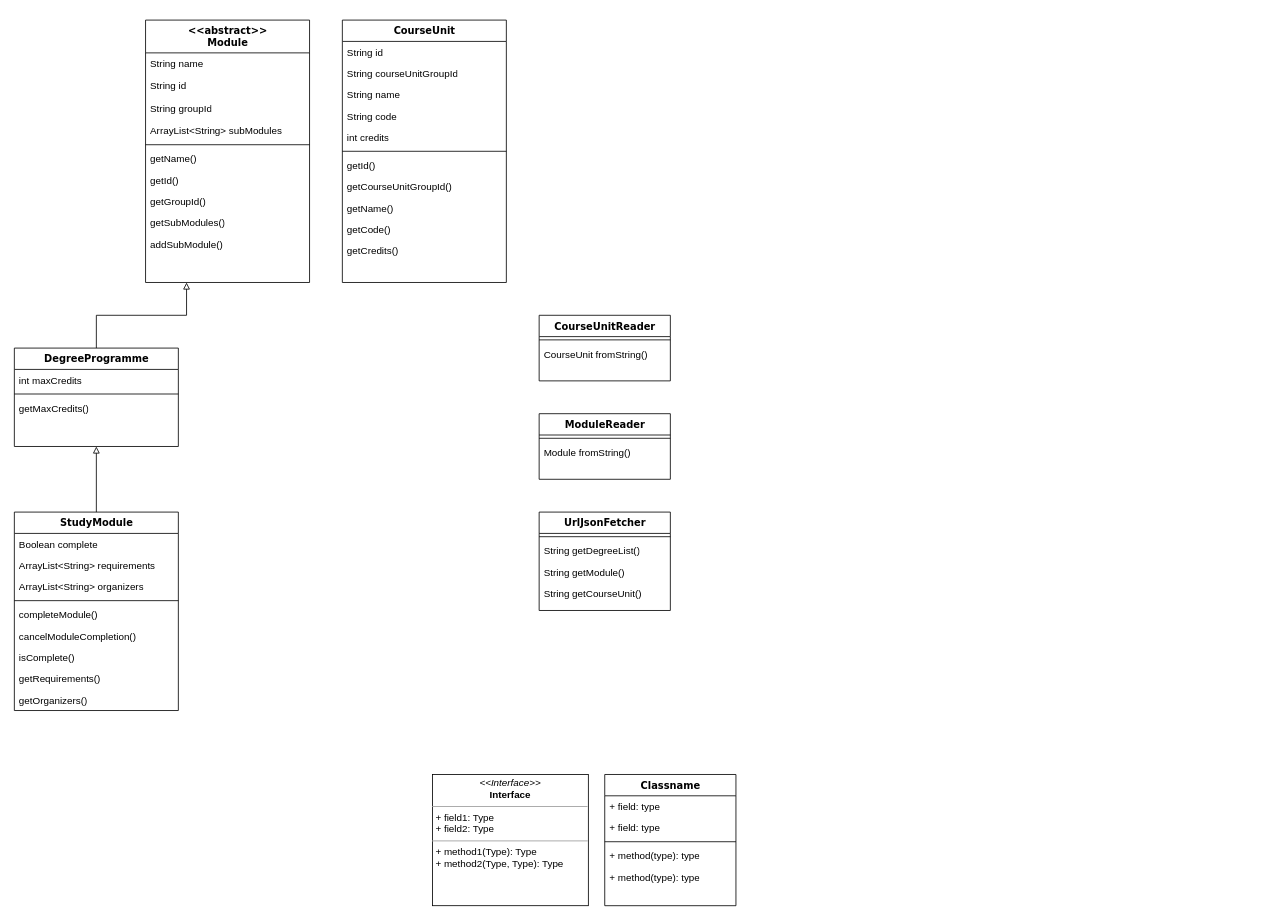
Above: ClassDiagram.drawio in hasub0b/BetterSisu (draw.io), before the change. Source tidied: cells renumbered, new cells numbered last; positions are measured from the earlier drawing's top-left corner, leaving out a move shared by most shapes. Both pictures are drawn from the tidied source at 82%, with x=0, y=0 at pixel (14, 20).
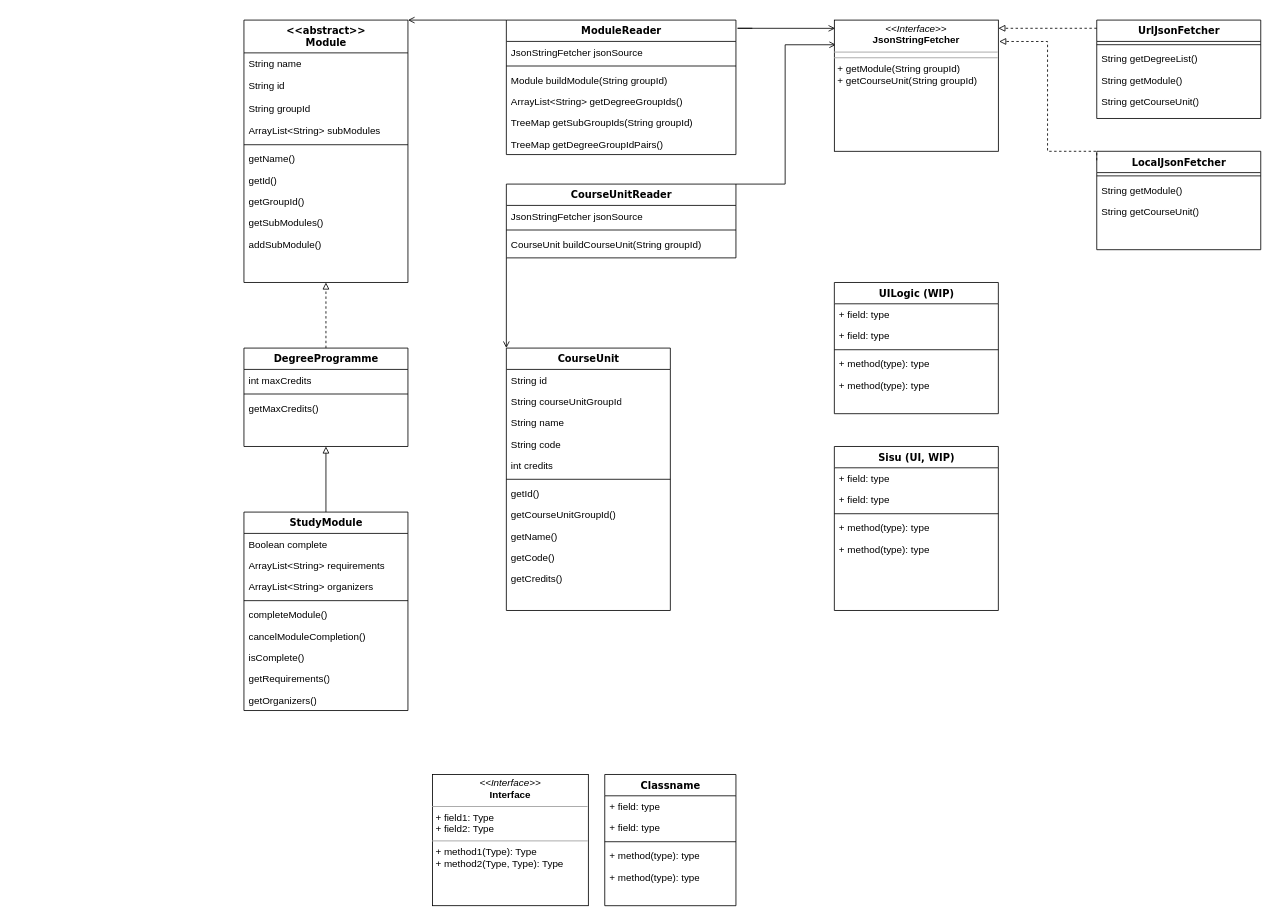
The same page after the edit.

Commit message:
update class diagram with changes to readers

What changed in the source:
```diff
@@
     <mxCell id="9" value="&lt;div&gt;&amp;lt;&amp;lt;abstract&amp;gt;&amp;gt;&lt;br&gt;&lt;/div&gt;&lt;div&gt;Module&lt;/div&gt;" style="swimlane;html=1;fontStyle=1;align=center;verticalAlign=top;horizontal=1;startSize=40;swimlaneFillColor=#ffffff;rounded=0;shadow=0;comic=0;labelBackgroundColor=none;strokeWidth=1;fillColor=none;fontFamily=Verdana;fontSize=12;" parent="1" vertex="1">
-      <mxGeometry x="160" width="200" height="320" as="geometry" />
+      <mxGeometry x="280" width="200" height="320" as="geometry" />
     </mxCell>
@@
-    <mxCell id="20" style="edgeStyle=orthogonalEdgeStyle;rounded=0;jettySize=auto;html=1;entryX=0.25;entryY=1;entryDx=0;entryDy=0;startArrow=none;startFill=0;endArrow=block;endFill=0;exitX=0.5;exitY=0;exitDx=0;exitDy=0;" parent="1" edge="1" source="21" target="9">
-      <mxGeometry relative="1" as="geometry">
-        <Array as="points">
-          <mxPoint x="100" y="360" />
-          <mxPoint x="210" y="360" />
-        </Array>
-      </mxGeometry>
+    <mxCell id="20" style="edgeStyle=orthogonalEdgeStyle;rounded=0;jettySize=auto;html=1;exitX=0.5;exitY=0;exitDx=0;exitDy=0;entryX=0.5;entryY=1;entryDx=0;entryDy=0;endArrow=block;endFill=0;dashed=1;" parent="1" edge="1" source="21" target="9">
+      <mxGeometry relative="1" as="geometry" />
     </mxCell>
     <mxCell id="21" value="DegreeProgramme" style="swimlane;html=1;fontStyle=1;align=center;verticalAlign=top;horizontal=1;startSize=26;swimlaneFillColor=#ffffff;rounded=0;shadow=0;comic=0;labelBackgroundColor=none;strokeWidth=1;fillColor=none;fontFamily=Verdana;fontSize=12;" parent="1" vertex="1">
-      <mxGeometry y="400" width="200" height="120" as="geometry" />
+      <mxGeometry x="280" y="400" width="200" height="120" as="geometry" />
     </mxCell>
@@
     <mxCell id="26" value="StudyModule" style="swimlane;html=1;fontStyle=1;align=center;verticalAlign=top;horizontal=1;startSize=26;swimlaneFillColor=#ffffff;rounded=0;shadow=0;comic=0;labelBackgroundColor=none;strokeWidth=1;fillColor=none;fontFamily=Verdana;fontSize=12;" parent="1" vertex="1">
-      <mxGeometry y="600" width="200" height="242" as="geometry" />
+      <mxGeometry x="280" y="600" width="200" height="242" as="geometry" />
     </mxCell>
@@
     <mxCell id="36" value="CourseUnit" style="swimlane;html=1;fontStyle=1;align=center;verticalAlign=top;horizontal=1;startSize=26;swimlaneFillColor=#ffffff;rounded=0;shadow=0;comic=0;labelBackgroundColor=none;strokeWidth=1;fillColor=none;fontFamily=Verdana;fontSize=12;" parent="1" vertex="1">
-      <mxGeometry x="400" width="200" height="320" as="geometry" />
+      <mxGeometry x="600" y="400" width="200" height="320" as="geometry" />
     </mxCell>
@@
+    <mxCell id="59" style="edgeStyle=orthogonalEdgeStyle;rounded=0;jettySize=auto;html=1;exitX=1;exitY=0;exitDx=0;exitDy=0;endArrow=open;endFill=0;entryX=0.01;entryY=0.188;entryDx=0;entryDy=0;entryPerimeter=0;" parent="1" edge="1" source="48" target="71">
+      <mxGeometry relative="1" as="geometry">
+        <Array as="points">
+          <mxPoint x="940" y="200" />
+          <mxPoint x="940" y="30" />
+        </Array>
+      </mxGeometry>
+    </mxCell>
+    <mxCell id="60" style="edgeStyle=orthogonalEdgeStyle;rounded=0;jettySize=auto;html=1;exitX=0;exitY=1;exitDx=0;exitDy=0;entryX=0;entryY=0;entryDx=0;entryDy=0;endArrow=open;endFill=0;" parent="1" edge="1" source="48" target="36">
+      <mxGeometry relative="1" as="geometry" />
+    </mxCell>
     <mxCell id="48" value="&lt;div&gt;CourseUnitReader&lt;/div&gt;" style="swimlane;html=1;fontStyle=1;align=center;verticalAlign=top;horizontal=1;startSize=26;swimlaneFillColor=#ffffff;rounded=0;shadow=0;comic=0;labelBackgroundColor=none;strokeWidth=1;fillColor=none;fontFamily=Verdana;fontSize=12;" parent="1" vertex="1">
-      <mxGeometry x="640" y="360" width="160" height="80" as="geometry" />
+      <mxGeometry x="600" y="200" width="280" height="90" as="geometry" />
     </mxCell>
+    <mxCell id="61" value="JsonStringFetcher jsonSource" style="text;html=1;strokeColor=none;fillColor=none;align=left;verticalAlign=top;spacingLeft=4;spacingRight=4;whiteSpace=wrap;overflow=hidden;" parent="48" vertex="1">
+      <mxGeometry y="26" width="280" height="26" as="geometry" />
+    </mxCell>
     <mxCell id="49" style="line;html=1;strokeWidth=1;fillColor=none;align=left;verticalAlign=middle;spacingTop=-1;spacingLeft=3;spacingRight=3;labelPosition=right;" parent="48" vertex="1">
-      <mxGeometry y="26" width="160" height="8" as="geometry" />
+      <mxGeometry y="52" width="280" height="8" as="geometry" />
     </mxCell>
-    <mxCell id="50" value="CourseUnit fromString()" style="text;html=1;strokeColor=none;fillColor=none;align=left;verticalAlign=top;spacingLeft=4;spacingRight=4;whiteSpace=wrap;overflow=hidden;" parent="48" vertex="1">
-      <mxGeometry y="34" width="160" height="26" as="geometry" />
-    </mxCell>
+    <mxCell id="62" value="CourseUnit buildCourseUnit(String groupId)" style="text;html=1;strokeColor=none;fillColor=none;align=left;verticalAlign=top;spacingLeft=4;spacingRight=4;whiteSpace=wrap;overflow=hidden;" parent="48" vertex="1">
+      <mxGeometry y="60" width="280" height="26" as="geometry" />
+    </mxCell>
+    <mxCell id="63" style="edgeStyle=orthogonalEdgeStyle;rounded=0;jettySize=auto;html=1;endArrow=open;endFill=0;entryX=0.005;entryY=0.063;entryDx=0;entryDy=0;entryPerimeter=0;" parent="1" edge="1" target="71">
+      <mxGeometry relative="1" as="geometry">
+        <mxPoint x="900" y="10" as="sourcePoint" />
+        <Array as="points">
+          <mxPoint x="882" y="10" />
+        </Array>
+      </mxGeometry>
+    </mxCell>
+    <mxCell id="64" style="edgeStyle=orthogonalEdgeStyle;rounded=0;jettySize=auto;html=1;exitX=0;exitY=0;exitDx=0;exitDy=0;entryX=1;entryY=0;entryDx=0;entryDy=0;endArrow=open;endFill=0;" parent="1" edge="1" source="51" target="9">
+      <mxGeometry relative="1" as="geometry">
+        <Array as="points">
+          <mxPoint x="540" />
+          <mxPoint x="540" />
+        </Array>
+      </mxGeometry>
+    </mxCell>
     <mxCell id="51" value="&lt;div&gt;ModuleReader&lt;/div&gt;" style="swimlane;html=1;fontStyle=1;align=center;verticalAlign=top;horizontal=1;startSize=26;swimlaneFillColor=#ffffff;rounded=0;shadow=0;comic=0;labelBackgroundColor=none;strokeWidth=1;fillColor=none;fontFamily=Verdana;fontSize=12;" parent="1" vertex="1">
-      <mxGeometry x="640" y="480" width="160" height="80" as="geometry" />
+      <mxGeometry x="600" width="280" height="164" as="geometry" />
     </mxCell>
+    <mxCell id="65" value="JsonStringFetcher jsonSource" style="text;html=1;strokeColor=none;fillColor=none;align=left;verticalAlign=top;spacingLeft=4;spacingRight=4;whiteSpace=wrap;overflow=hidden;" parent="51" vertex="1">
+      <mxGeometry y="26" width="280" height="26" as="geometry" />
+    </mxCell>
     <mxCell id="52" style="line;html=1;strokeWidth=1;fillColor=none;align=left;verticalAlign=middle;spacingTop=-1;spacingLeft=3;spacingRight=3;labelPosition=right;" parent="51" vertex="1">
-      <mxGeometry y="26" width="160" height="8" as="geometry" />
+      <mxGeometry y="52" width="280" height="8" as="geometry" />
     </mxCell>
-    <mxCell id="53" value="Module fromString()" style="text;html=1;strokeColor=none;fillColor=none;align=left;verticalAlign=top;spacingLeft=4;spacingRight=4;whiteSpace=wrap;overflow=hidden;" parent="51" vertex="1">
-      <mxGeometry y="34" width="160" height="26" as="geometry" />
-    </mxCell>
+    <mxCell id="66" value="Module buildModule(String groupId)" style="text;html=1;strokeColor=none;fillColor=none;align=left;verticalAlign=top;spacingLeft=4;spacingRight=4;whiteSpace=wrap;overflow=hidden;" parent="51" vertex="1">
+      <mxGeometry y="60" width="280" height="26" as="geometry" />
+    </mxCell>
+    <mxCell id="67" value="ArrayList&amp;lt;String&amp;gt; getDegreeGroupIds() " style="text;html=1;strokeColor=none;fillColor=none;align=left;verticalAlign=top;spacingLeft=4;spacingRight=4;whiteSpace=wrap;overflow=hidden;" parent="51" vertex="1">
+      <mxGeometry y="86" width="280" height="26" as="geometry" />
+    </mxCell>
+    <mxCell id="68" value="TreeMap getSubGroupIds(String groupId)" style="text;html=1;strokeColor=none;fillColor=none;align=left;verticalAlign=top;spacingLeft=4;spacingRight=4;whiteSpace=wrap;overflow=hidden;" parent="51" vertex="1">
+      <mxGeometry y="112" width="280" height="26" as="geometry" />
+    </mxCell>
+    <mxCell id="69" value="TreeMap getDegreeGroupIdPairs()" style="text;html=1;strokeColor=none;fillColor=none;align=left;verticalAlign=top;spacingLeft=4;spacingRight=4;whiteSpace=wrap;overflow=hidden;" parent="51" vertex="1">
+      <mxGeometry y="138" width="280" height="26" as="geometry" />
+    </mxCell>
+    <mxCell id="70" style="edgeStyle=orthogonalEdgeStyle;rounded=0;jettySize=auto;html=1;exitX=0;exitY=0.092;exitDx=0;exitDy=0;entryX=1.005;entryY=0.163;entryDx=0;entryDy=0;entryPerimeter=0;dashed=1;endArrow=block;endFill=0;exitPerimeter=0;" parent="1" edge="1" source="54" target="71">
+      <mxGeometry relative="1" as="geometry">
+        <Array as="points">
+          <mxPoint x="1320" y="160" />
+          <mxPoint x="1260" y="160" />
+          <mxPoint x="1260" y="26" />
+        </Array>
+      </mxGeometry>
+    </mxCell>
-    <mxCell id="54" value="UrlJsonFetcher" style="swimlane;html=1;fontStyle=1;align=center;verticalAlign=top;horizontal=1;startSize=26;swimlaneFillColor=#ffffff;rounded=0;shadow=0;comic=0;labelBackgroundColor=none;strokeWidth=1;fillColor=none;fontFamily=Verdana;fontSize=12;" parent="1" vertex="1">
-      <mxGeometry x="640" y="600" width="160" height="120" as="geometry" />
+    <mxCell id="54" value="LocalJsonFetcher" style="swimlane;html=1;fontStyle=1;align=center;verticalAlign=top;horizontal=1;startSize=26;swimlaneFillColor=#ffffff;rounded=0;shadow=0;comic=0;labelBackgroundColor=none;strokeWidth=1;fillColor=none;fontFamily=Verdana;fontSize=12;" parent="1" vertex="1">
+      <mxGeometry x="1320" y="160" width="200" height="120" as="geometry" />
     </mxCell>
     <mxCell id="55" style="line;html=1;strokeWidth=1;fillColor=none;align=left;verticalAlign=middle;spacingTop=-1;spacingLeft=3;spacingRight=3;labelPosition=right;" parent="54" vertex="1">
-      <mxGeometry y="26" width="160" height="8" as="geometry" />
+      <mxGeometry y="26" width="200" height="8" as="geometry" />
     </mxCell>
-    <mxCell id="56" value="String getDegreeList()" style="text;html=1;strokeColor=none;fillColor=none;align=left;verticalAlign=top;spacingLeft=4;spacingRight=4;whiteSpace=wrap;overflow=hidden;" parent="54" vertex="1">
-      <mxGeometry y="34" width="160" height="26" as="geometry" />
-    </mxCell>
     <mxCell id="57" value="String getModule()" style="text;html=1;strokeColor=none;fillColor=none;align=left;verticalAlign=top;spacingLeft=4;spacingRight=4;whiteSpace=wrap;overflow=hidden;" parent="54" vertex="1">
-      <mxGeometry y="60" width="160" height="26" as="geometry" />
+      <mxGeometry y="34" width="200" height="26" as="geometry" />
     </mxCell>
     <mxCell id="58" value="String getCourseUnit()" style="text;html=1;strokeColor=none;fillColor=none;align=left;verticalAlign=top;spacingLeft=4;spacingRight=4;whiteSpace=wrap;overflow=hidden;" parent="54" vertex="1">
-      <mxGeometry y="86" width="160" height="26" as="geometry" />
+      <mxGeometry y="60" width="200" height="26" as="geometry" />
     </mxCell>
+    <mxCell id="71" value="&lt;p style=&quot;margin: 0px ; margin-top: 4px ; text-align: center&quot;&gt;&lt;i&gt;&amp;lt;&amp;lt;Interface&amp;gt;&amp;gt;&lt;/i&gt;&lt;br&gt;&lt;b&gt;JsonStringFetcher&lt;/b&gt;&lt;br&gt;&lt;/p&gt;&lt;hr size=&quot;1&quot;&gt;&lt;hr size=&quot;1&quot;&gt;&lt;p style=&quot;margin: 0px ; margin-left: 4px&quot;&gt;+ getModule(String groupId)&lt;br&gt;+ getCourseUnit(String groupId)&lt;br&gt;&lt;/p&gt;" style="verticalAlign=top;align=left;overflow=fill;fontSize=12;fontFamily=Helvetica;html=1;rounded=0;shadow=0;comic=0;labelBackgroundColor=none;strokeWidth=1;" parent="1" vertex="1">
+      <mxGeometry x="1000" width="200" height="160" as="geometry" />
+    </mxCell>
+    <mxCell id="72" style="edgeStyle=orthogonalEdgeStyle;rounded=0;jettySize=auto;html=1;dashed=1;endArrow=block;endFill=0;exitX=0;exitY=0.083;exitDx=0;exitDy=0;exitPerimeter=0;" parent="1" edge="1" source="73" target="71">
+      <mxGeometry relative="1" as="geometry">
+        <Array as="points">
+          <mxPoint x="1290" y="10" />
+          <mxPoint x="1290" y="10" />
+        </Array>
+      </mxGeometry>
+    </mxCell>
+    <mxCell id="73" value="UrlJsonFetcher" style="swimlane;html=1;fontStyle=1;align=center;verticalAlign=top;horizontal=1;startSize=26;swimlaneFillColor=#ffffff;rounded=0;shadow=0;comic=0;labelBackgroundColor=none;strokeWidth=1;fillColor=none;fontFamily=Verdana;fontSize=12;" parent="1" vertex="1">
+      <mxGeometry x="1320" width="200" height="120" as="geometry" />
+    </mxCell>
+    <mxCell id="74" style="line;html=1;strokeWidth=1;fillColor=none;align=left;verticalAlign=middle;spacingTop=-1;spacingLeft=3;spacingRight=3;labelPosition=right;" parent="73" vertex="1">
+      <mxGeometry y="26" width="200" height="8" as="geometry" />
+    </mxCell>
+    <mxCell id="56" value="String getDegreeList()" style="text;html=1;strokeColor=none;fillColor=none;align=left;verticalAlign=top;spacingLeft=4;spacingRight=4;whiteSpace=wrap;overflow=hidden;" parent="73" vertex="1">
+      <mxGeometry y="34" width="200" height="26" as="geometry" />
+    </mxCell>
+    <mxCell id="75" value="String getModule()" style="text;html=1;strokeColor=none;fillColor=none;align=left;verticalAlign=top;spacingLeft=4;spacingRight=4;whiteSpace=wrap;overflow=hidden;" parent="73" vertex="1">
+      <mxGeometry y="60" width="200" height="26" as="geometry" />
+    </mxCell>
+    <mxCell id="76" value="String getCourseUnit()" style="text;html=1;strokeColor=none;fillColor=none;align=left;verticalAlign=top;spacingLeft=4;spacingRight=4;whiteSpace=wrap;overflow=hidden;" parent="73" vertex="1">
+      <mxGeometry y="86" width="200" height="26" as="geometry" />
+    </mxCell>
+    <mxCell id="77" value="Sisu (UI, WIP)" style="swimlane;html=1;fontStyle=1;align=center;verticalAlign=top;horizontal=1;startSize=26;swimlaneFillColor=#ffffff;rounded=0;shadow=0;comic=0;labelBackgroundColor=none;strokeWidth=1;fillColor=none;fontFamily=Verdana;fontSize=12;" parent="1" vertex="1">
+      <mxGeometry x="1000" y="520" width="200" height="200" as="geometry" />
+    </mxCell>
+    <mxCell id="78" value="+ field: type" style="text;html=1;strokeColor=none;fillColor=none;align=left;verticalAlign=top;spacingLeft=4;spacingRight=4;whiteSpace=wrap;overflow=hidden;" parent="77" vertex="1">
+      <mxGeometry y="26" width="200" height="26" as="geometry" />
+    </mxCell>
+    <mxCell id="79" value="+ field: type" style="text;html=1;strokeColor=none;fillColor=none;align=left;verticalAlign=top;spacingLeft=4;spacingRight=4;whiteSpace=wrap;overflow=hidden;" parent="77" vertex="1">
+      <mxGeometry y="52" width="200" height="26" as="geometry" />
+    </mxCell>
+    <mxCell id="80" style="line;html=1;strokeWidth=1;fillColor=none;align=left;verticalAlign=middle;spacingTop=-1;spacingLeft=3;spacingRight=3;labelPosition=right;" parent="77" vertex="1">
+      <mxGeometry y="78" width="200" height="8" as="geometry" />
+    </mxCell>
+    <mxCell id="81" value="+ method(type): type" style="text;html=1;strokeColor=none;fillColor=none;align=left;verticalAlign=top;spacingLeft=4;spacingRight=4;whiteSpace=wrap;overflow=hidden;" parent="77" vertex="1">
+      <mxGeometry y="86" width="200" height="26" as="geometry" />
+    </mxCell>
+    <mxCell id="82" value="+ method(type): type" style="text;html=1;strokeColor=none;fillColor=none;align=left;verticalAlign=top;spacingLeft=4;spacingRight=4;whiteSpace=wrap;overflow=hidden;" parent="77" vertex="1">
+      <mxGeometry y="112" width="200" height="26" as="geometry" />
+    </mxCell>
+    <mxCell id="83" value="UILogic (WIP)" style="swimlane;html=1;fontStyle=1;align=center;verticalAlign=top;horizontal=1;startSize=26;swimlaneFillColor=#ffffff;rounded=0;shadow=0;comic=0;labelBackgroundColor=none;strokeWidth=1;fillColor=none;fontFamily=Verdana;fontSize=12;" parent="1" vertex="1">
+      <mxGeometry x="1000" y="320" width="200" height="160" as="geometry" />
+    </mxCell>
+    <mxCell id="84" value="+ field: type" style="text;html=1;strokeColor=none;fillColor=none;align=left;verticalAlign=top;spacingLeft=4;spacingRight=4;whiteSpace=wrap;overflow=hidden;" parent="83" vertex="1">
+      <mxGeometry y="26" width="200" height="26" as="geometry" />
+    </mxCell>
+    <mxCell id="85" value="+ field: type" style="text;html=1;strokeColor=none;fillColor=none;align=left;verticalAlign=top;spacingLeft=4;spacingRight=4;whiteSpace=wrap;overflow=hidden;" parent="83" vertex="1">
+      <mxGeometry y="52" width="200" height="26" as="geometry" />
+    </mxCell>
+    <mxCell id="86" style="line;html=1;strokeWidth=1;fillColor=none;align=left;verticalAlign=middle;spacingTop=-1;spacingLeft=3;spacingRight=3;labelPosition=right;" parent="83" vertex="1">
+      <mxGeometry y="78" width="200" height="8" as="geometry" />
+    </mxCell>
+    <mxCell id="87" value="+ method(type): type" style="text;html=1;strokeColor=none;fillColor=none;align=left;verticalAlign=top;spacingLeft=4;spacingRight=4;whiteSpace=wrap;overflow=hidden;" parent="83" vertex="1">
+      <mxGeometry y="86" width="200" height="26" as="geometry" />
+    </mxCell>
+    <mxCell id="88" value="+ method(type): type" style="text;html=1;strokeColor=none;fillColor=none;align=left;verticalAlign=top;spacingLeft=4;spacingRight=4;whiteSpace=wrap;overflow=hidden;" parent="83" vertex="1">
+      <mxGeometry y="112" width="200" height="26" as="geometry" />
+    </mxCell>
```
